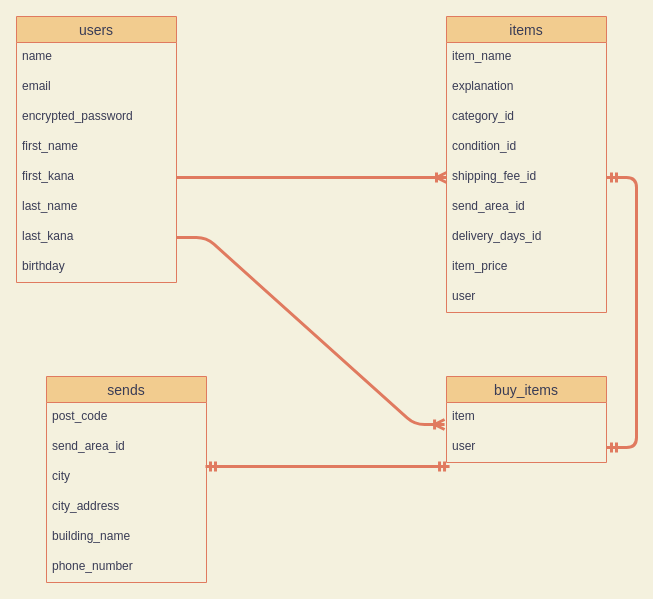
Earlier version of the draw.io diagram .dio (suzukida/furima-36762). Source tidied: cells renumbered, new cells numbered last; positions are measured from the earlier drawing's top-left corner, leaving out a move shared by most shapes. Both pictures are drawn from the tidied source at 100%, with x=0, y=0 at pixel (16, 16).
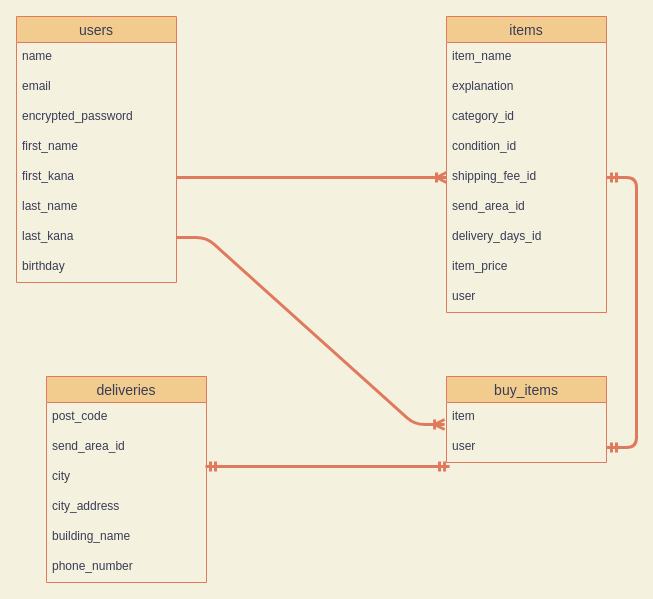
The same page after the edit.

What changed in the source:
```diff
@@
-    <mxCell id="22" value="sends" style="swimlane;fontStyle=0;horizontal=1;startSize=26;align=center;fontSize=14;rounded=0;sketch=0;fontColor=#393C56;strokeColor=#E07A5F;fillColor=#F2CC8F;" parent="1" vertex="1">
+    <mxCell id="22" value="deliveries" style="swimlane;fontStyle=0;horizontal=1;startSize=26;align=center;fontSize=14;rounded=0;sketch=0;fontColor=#393C56;strokeColor=#E07A5F;fillColor=#F2CC8F;" parent="1" vertex="1">
       <mxGeometry x="30" y="360" width="160" height="206" as="geometry" />
     </mxCell>
```
